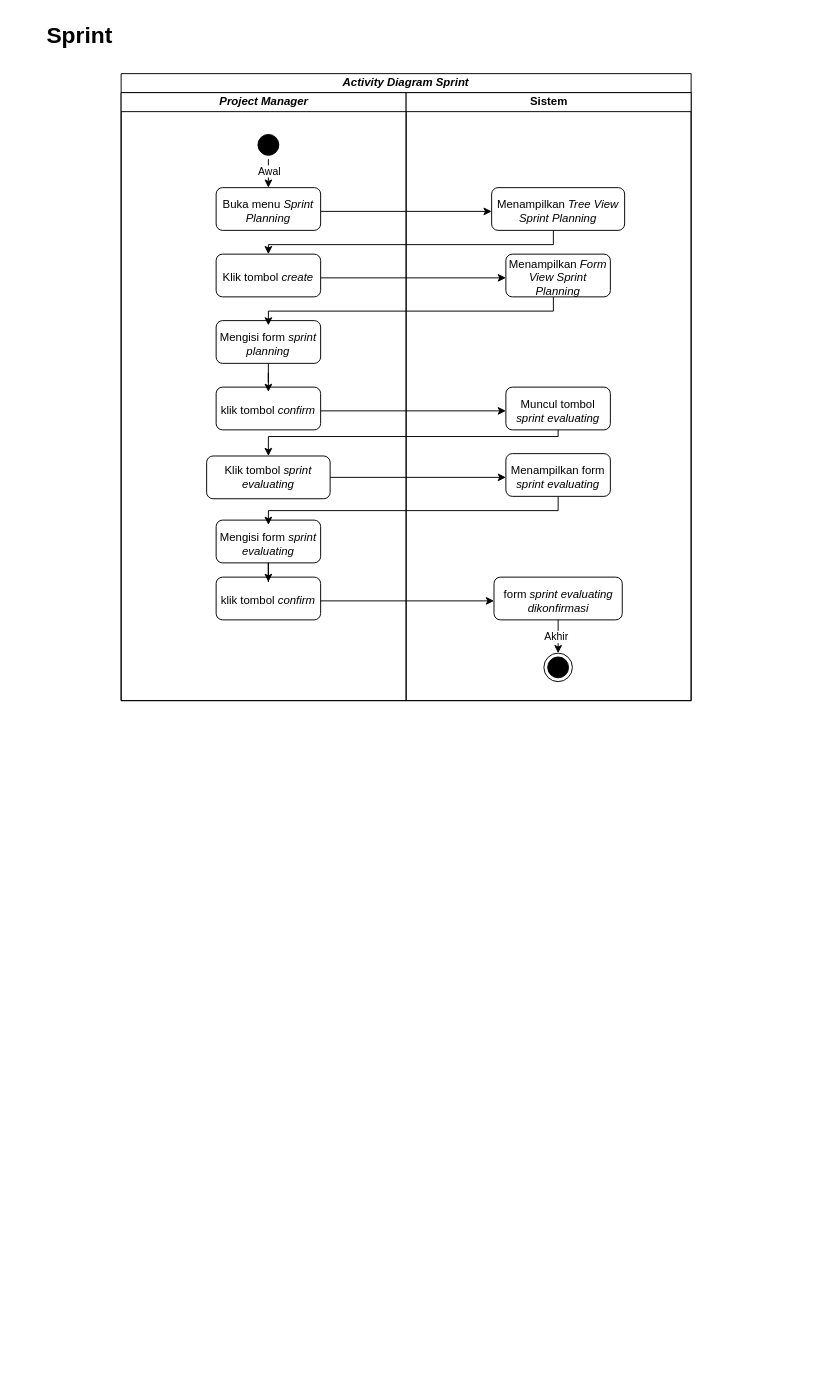
The draw.io diagram page "Halaman-4" (4 of 9) of Diagram Tanpa Judul.drawio in raldawiyahh/alda-resolusi, before the edit. Source tidied: cells renumbered, new cells numbered last; positions are measured from the earlier drawing's top-left corner, leaving out a move shared by most shapes. Both pictures are drawn from the tidied source at 95%, with x=0, y=0 at pixel (31, 16).
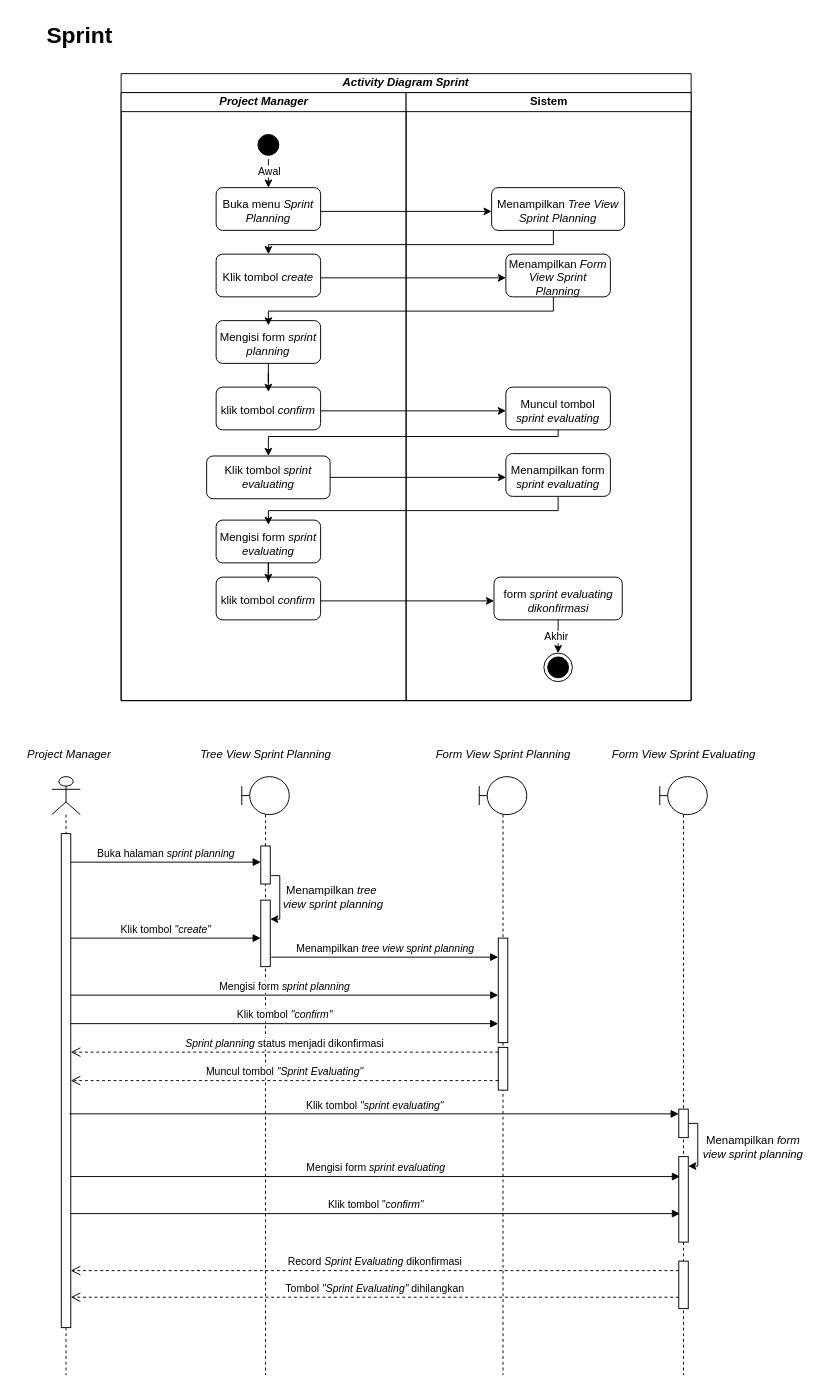
Above is the later version.

What changed in the source:
```diff
@@
+    <mxCell id="58" style="shape=umlLifeline;perimeter=lifelinePerimeter;whiteSpace=wrap;html=1;newEdgeStyle={&quot;edgeStyle&quot;:&quot;elbowEdgeStyle&quot;,&quot;elbow&quot;:&quot;vertical&quot;,&quot;curved&quot;:0,&quot;rounded&quot;:0};participant=umlActor;" parent="1" vertex="1">
+      <mxGeometry x="21" y="800" width="30" height="630" as="geometry" />
+    </mxCell>
+    <mxCell id="59" style="html=1;points=[];perimeter=orthogonalPerimeter;outlineConnect=0;targetShapes=umlLifeline;portConstraint=eastwest;newEdgeStyle={&quot;edgeStyle&quot;:&quot;elbowEdgeStyle&quot;,&quot;elbow&quot;:&quot;vertical&quot;,&quot;curved&quot;:0,&quot;rounded&quot;:0};" parent="58" vertex="1">
+      <mxGeometry x="10" y="60" width="10" height="520" as="geometry" />
+    </mxCell>
+    <mxCell id="60" style="shape=umlLifeline;perimeter=lifelinePerimeter;whiteSpace=wrap;html=1;newEdgeStyle={&quot;edgeStyle&quot;:&quot;elbowEdgeStyle&quot;,&quot;elbow&quot;:&quot;vertical&quot;,&quot;curved&quot;:0,&quot;rounded&quot;:0};participant=umlBoundary;" parent="1" vertex="1">
+      <mxGeometry x="221" y="800" width="50" height="630" as="geometry" />
+    </mxCell>
+    <mxCell id="61" style="edgeStyle=elbowEdgeStyle;rounded=0;jettySize=auto;html=1;elbow=vertical;curved=0;exitX=1.094;exitY=0.781;exitDx=0;exitDy=0;exitPerimeter=0;" parent="60" edge="1" source="62" target="63">
+      <mxGeometry relative="1" as="geometry">
+        <Array as="points">
+          <mxPoint x="40" y="150" />
+          <mxPoint x="50" y="180" />
+          <mxPoint x="50" y="120" />
+        </Array>
+      </mxGeometry>
+    </mxCell>
+    <mxCell id="62" style="html=1;points=[];perimeter=orthogonalPerimeter;outlineConnect=0;targetShapes=umlLifeline;portConstraint=eastwest;newEdgeStyle={&quot;edgeStyle&quot;:&quot;elbowEdgeStyle&quot;,&quot;elbow&quot;:&quot;vertical&quot;,&quot;curved&quot;:0,&quot;rounded&quot;:0};" parent="60" vertex="1">
+      <mxGeometry x="20" y="73" width="10" height="40" as="geometry" />
+    </mxCell>
+    <mxCell id="63" style="html=1;points=[];perimeter=orthogonalPerimeter;outlineConnect=0;targetShapes=umlLifeline;portConstraint=eastwest;newEdgeStyle={&quot;edgeStyle&quot;:&quot;elbowEdgeStyle&quot;,&quot;elbow&quot;:&quot;vertical&quot;,&quot;curved&quot;:0,&quot;rounded&quot;:0};" parent="60" vertex="1">
+      <mxGeometry x="20" y="130" width="10" height="70" as="geometry" />
+    </mxCell>
+    <mxCell id="64" style="shape=umlLifeline;perimeter=lifelinePerimeter;whiteSpace=wrap;html=1;newEdgeStyle={&quot;edgeStyle&quot;:&quot;elbowEdgeStyle&quot;,&quot;elbow&quot;:&quot;vertical&quot;,&quot;curved&quot;:0,&quot;rounded&quot;:0};participant=umlBoundary;" parent="1" vertex="1">
+      <mxGeometry x="471" y="800" width="50" height="630" as="geometry" />
+    </mxCell>
+    <mxCell id="65" style="html=1;perimeter=orthogonalPerimeter;targetShapes=umlLifeline;newEdgeStyle={&quot;edgeStyle&quot;:&quot;elbowEdgeStyle&quot;,&quot;elbow&quot;:&quot;vertical&quot;,&quot;curved&quot;:0,&quot;rounded&quot;:0};" parent="64" vertex="1">
+      <mxGeometry x="20" y="170" width="10" height="110" as="geometry" />
+    </mxCell>
+    <mxCell id="66" style="html=1;perimeter=orthogonalPerimeter;targetShapes=umlLifeline;newEdgeStyle={&quot;edgeStyle&quot;:&quot;elbowEdgeStyle&quot;,&quot;elbow&quot;:&quot;vertical&quot;,&quot;curved&quot;:0,&quot;rounded&quot;:0};" parent="64" vertex="1">
+      <mxGeometry x="20" y="285" width="10" height="45" as="geometry" />
+    </mxCell>
+    <mxCell id="67" style="shape=umlLifeline;perimeter=lifelinePerimeter;whiteSpace=wrap;html=1;newEdgeStyle={&quot;edgeStyle&quot;:&quot;elbowEdgeStyle&quot;,&quot;elbow&quot;:&quot;vertical&quot;,&quot;curved&quot;:0,&quot;rounded&quot;:0};participant=umlBoundary;" parent="1" vertex="1">
+      <mxGeometry x="661" y="800" width="50" height="630" as="geometry" />
+    </mxCell>
+    <mxCell id="68" style="edgeStyle=elbowEdgeStyle;rounded=0;jettySize=auto;html=1;elbow=vertical;curved=0;" parent="67" edge="1" source="69" target="70">
+      <mxGeometry relative="1" as="geometry">
+        <Array as="points">
+          <mxPoint x="40" y="410" />
+          <mxPoint x="40" y="390" />
+        </Array>
+      </mxGeometry>
+    </mxCell>
+    <mxCell id="69" style="html=1;points=[];perimeter=orthogonalPerimeter;outlineConnect=0;targetShapes=umlLifeline;portConstraint=eastwest;newEdgeStyle={&quot;edgeStyle&quot;:&quot;elbowEdgeStyle&quot;,&quot;elbow&quot;:&quot;vertical&quot;,&quot;curved&quot;:0,&quot;rounded&quot;:0};" parent="67" vertex="1">
+      <mxGeometry x="20" y="350" width="10" height="30" as="geometry" />
+    </mxCell>
+    <mxCell id="70" style="html=1;points=[];perimeter=orthogonalPerimeter;outlineConnect=0;targetShapes=umlLifeline;portConstraint=eastwest;newEdgeStyle={&quot;edgeStyle&quot;:&quot;elbowEdgeStyle&quot;,&quot;elbow&quot;:&quot;vertical&quot;,&quot;curved&quot;:0,&quot;rounded&quot;:0};" parent="67" vertex="1">
+      <mxGeometry x="20" y="400" width="10" height="90" as="geometry" />
+    </mxCell>
+    <mxCell id="71" style="html=1;perimeter=orthogonalPerimeter;targetShapes=umlLifeline;newEdgeStyle={&quot;edgeStyle&quot;:&quot;elbowEdgeStyle&quot;,&quot;elbow&quot;:&quot;vertical&quot;,&quot;curved&quot;:0,&quot;rounded&quot;:0};" parent="67" vertex="1">
+      <mxGeometry x="20" y="510" width="10" height="50" as="geometry" />
+    </mxCell>
+    <mxCell id="72" value="&lt;i&gt;Project Manager&lt;/i&gt;" style="text;html=1;align=center;verticalAlign=middle;strokeColor=none;fillColor=none;" parent="1" vertex="1">
+      <mxGeometry x="-16" y="762" width="110" height="30" as="geometry" />
+    </mxCell>
+    <mxCell id="73" value="&lt;i&gt;Tree View Sprint Planning&lt;br&gt;&lt;/i&gt;" style="text;html=1;align=center;verticalAlign=middle;strokeColor=none;fillColor=none;" parent="1" vertex="1">
+      <mxGeometry x="166" y="762" width="160" height="30" as="geometry" />
+    </mxCell>
+    <mxCell id="74" value="&lt;i&gt;Form View Sprint Planning&lt;/i&gt;" style="text;html=1;align=center;verticalAlign=middle;strokeColor=none;fillColor=none;" parent="1" vertex="1">
+      <mxGeometry x="416" y="762" width="160" height="30" as="geometry" />
+    </mxCell>
+    <mxCell id="75" value="&lt;i&gt;Form View Sprint Evaluating&lt;br&gt;&lt;/i&gt;" style="text;html=1;align=center;verticalAlign=middle;strokeColor=none;fillColor=none;" parent="1" vertex="1">
+      <mxGeometry x="601" y="762" width="170" height="30" as="geometry" />
+    </mxCell>
+    <mxCell id="76" value="Buka halaman &lt;i&gt;sprint planning&lt;/i&gt;" style="html=1;verticalAlign=bottom;endArrow=block;edgeStyle=elbowEdgeStyle;elbow=vertical;curved=0;rounded=0;" parent="1" edge="1" target="62">
+      <mxGeometry relative="1" as="geometry">
+        <mxPoint x="41" y="890" as="sourcePoint" />
+      </mxGeometry>
+    </mxCell>
+    <mxCell id="77" value="&lt;div&gt;Menampilkan &lt;i&gt;tree&amp;nbsp;&lt;/i&gt;&lt;/div&gt;&lt;div&gt;&lt;i&gt;view sprint planning&lt;/i&gt;&lt;/div&gt;" style="text;html=1;align=center;verticalAlign=middle;strokeColor=none;fillColor=none;" parent="1" vertex="1">
+      <mxGeometry x="252" y="907" width="130" height="40" as="geometry" />
+    </mxCell>
+    <mxCell id="78" value="Klik tombol&lt;i&gt; &quot;create&quot; &lt;/i&gt;" style="html=1;verticalAlign=bottom;endArrow=block;edgeStyle=elbowEdgeStyle;elbow=vertical;curved=0;rounded=0;" parent="1" edge="1">
+      <mxGeometry relative="1" as="geometry">
+        <mxPoint x="41" y="970" as="sourcePoint" />
+        <mxPoint x="241" y="970" as="targetPoint" />
+      </mxGeometry>
+    </mxCell>
+    <mxCell id="79" value="&lt;div&gt;Menampilkan &lt;i&gt;tree view sprint planning&lt;/i&gt;&lt;/div&gt;" style="html=1;verticalAlign=bottom;endArrow=block;edgeStyle=elbowEdgeStyle;elbow=vertical;curved=0;rounded=0;" parent="1" edge="1">
+      <mxGeometry relative="1" as="geometry">
+        <mxPoint x="252" y="990" as="sourcePoint" />
+        <mxPoint x="491" y="990" as="targetPoint" />
+      </mxGeometry>
+    </mxCell>
+    <mxCell id="80" value="Mengisi form &lt;i&gt;sprint planning&lt;/i&gt;" style="html=1;verticalAlign=bottom;endArrow=block;edgeStyle=elbowEdgeStyle;elbow=horizontal;curved=0;rounded=0;" parent="1" edge="1">
+      <mxGeometry relative="1" as="geometry">
+        <mxPoint x="41" y="1030" as="sourcePoint" />
+        <mxPoint x="491" y="1030" as="targetPoint" />
+      </mxGeometry>
+    </mxCell>
+    <mxCell id="81" value="Klik tombol&lt;i&gt; &quot;confirm&quot;&lt;/i&gt;" style="html=1;verticalAlign=bottom;endArrow=block;edgeStyle=elbowEdgeStyle;elbow=horizontal;curved=0;rounded=0;" parent="1" edge="1">
+      <mxGeometry relative="1" as="geometry">
+        <mxPoint x="41" y="1060" as="sourcePoint" />
+        <mxPoint x="491" y="1060" as="targetPoint" />
+      </mxGeometry>
+    </mxCell>
+    <mxCell id="82" value="&lt;i&gt;Sprint planning &lt;/i&gt;status menjadi dikonfirmasi" style="html=1;verticalAlign=bottom;endArrow=open;dashed=1;endSize=8;edgeStyle=elbowEdgeStyle;elbow=vertical;curved=0;rounded=0;" parent="1" edge="1" target="59">
+      <mxGeometry relative="1" as="geometry">
+        <mxPoint x="491" y="1090" as="sourcePoint" />
+      </mxGeometry>
+    </mxCell>
+    <mxCell id="83" value="Muncul tombol &lt;i&gt;&quot;Sprint Evaluating&quot;&lt;br&gt;&lt;/i&gt;" style="html=1;verticalAlign=bottom;endArrow=open;dashed=1;endSize=8;edgeStyle=elbowEdgeStyle;elbow=vertical;curved=0;rounded=0;" parent="1" edge="1">
+      <mxGeometry relative="1" as="geometry">
+        <mxPoint x="491" y="1120" as="sourcePoint" />
+        <mxPoint x="41" y="1120" as="targetPoint" />
+      </mxGeometry>
+    </mxCell>
+    <mxCell id="84" value="Klik tombol&lt;i&gt; &quot;sprint evaluating&quot;&lt;/i&gt;" style="html=1;verticalAlign=bottom;endArrow=block;edgeStyle=elbowEdgeStyle;elbow=horizontal;curved=0;rounded=0;" parent="1" edge="1" target="69">
+      <mxGeometry relative="1" as="geometry">
+        <mxPoint x="39.7" y="1155" as="sourcePoint" />
+        <Array as="points">
+          <mxPoint x="365" y="1155" />
+        </Array>
+      </mxGeometry>
+    </mxCell>
+    <mxCell id="85" value="&lt;div&gt;Menampilkan &lt;i&gt;form &lt;br&gt;&lt;/i&gt;&lt;/div&gt;&lt;div&gt;&lt;i&gt;view sprint planning&lt;/i&gt;&lt;/div&gt;" style="text;html=1;align=center;verticalAlign=middle;strokeColor=none;fillColor=none;" parent="1" vertex="1">
+      <mxGeometry x="694" y="1170" width="130" height="40" as="geometry" />
+    </mxCell>
+    <mxCell id="86" value="Mengisi form &lt;i&gt;sprint evaluating&lt;/i&gt;" style="html=1;verticalAlign=bottom;endArrow=block;edgeStyle=elbowEdgeStyle;elbow=horizontal;curved=0;rounded=0;" parent="1" edge="1">
+      <mxGeometry relative="1" as="geometry">
+        <mxPoint x="41" y="1221" as="sourcePoint" />
+        <mxPoint x="682.3" y="1221" as="targetPoint" />
+        <Array as="points">
+          <mxPoint x="366.3" y="1221" />
+        </Array>
+      </mxGeometry>
+    </mxCell>
+    <mxCell id="87" value="Klik tombol &quot;&lt;i&gt;confirm&quot;&lt;/i&gt;" style="html=1;verticalAlign=bottom;endArrow=block;edgeStyle=elbowEdgeStyle;elbow=horizontal;curved=0;rounded=0;" parent="1" edge="1">
+      <mxGeometry relative="1" as="geometry">
+        <mxPoint x="41" y="1260" as="sourcePoint" />
+        <mxPoint x="682.3" y="1260" as="targetPoint" />
+        <Array as="points">
+          <mxPoint x="366.3" y="1260" />
+        </Array>
+      </mxGeometry>
+    </mxCell>
+    <mxCell id="88" value="Record &lt;i&gt;Sprint Evaluating &lt;/i&gt;dikonfirmasi" style="html=1;verticalAlign=bottom;endArrow=open;dashed=1;endSize=8;edgeStyle=elbowEdgeStyle;elbow=vertical;curved=0;rounded=0;" parent="1" edge="1" target="59">
+      <mxGeometry relative="1" as="geometry">
+        <mxPoint x="681" y="1320" as="sourcePoint" />
+      </mxGeometry>
+    </mxCell>
+    <mxCell id="89" value="Tombol &lt;i&gt;&quot;Sprint Evaluating&quot; &lt;/i&gt;dihilangkan&lt;i&gt;&lt;br&gt;&lt;/i&gt;" style="html=1;verticalAlign=bottom;endArrow=open;dashed=1;endSize=8;edgeStyle=elbowEdgeStyle;elbow=vertical;curved=0;rounded=0;" parent="1" edge="1" target="59">
+      <mxGeometry relative="1" as="geometry">
+        <mxPoint x="681" y="1348" as="sourcePoint" />
+      </mxGeometry>
+    </mxCell>
```
